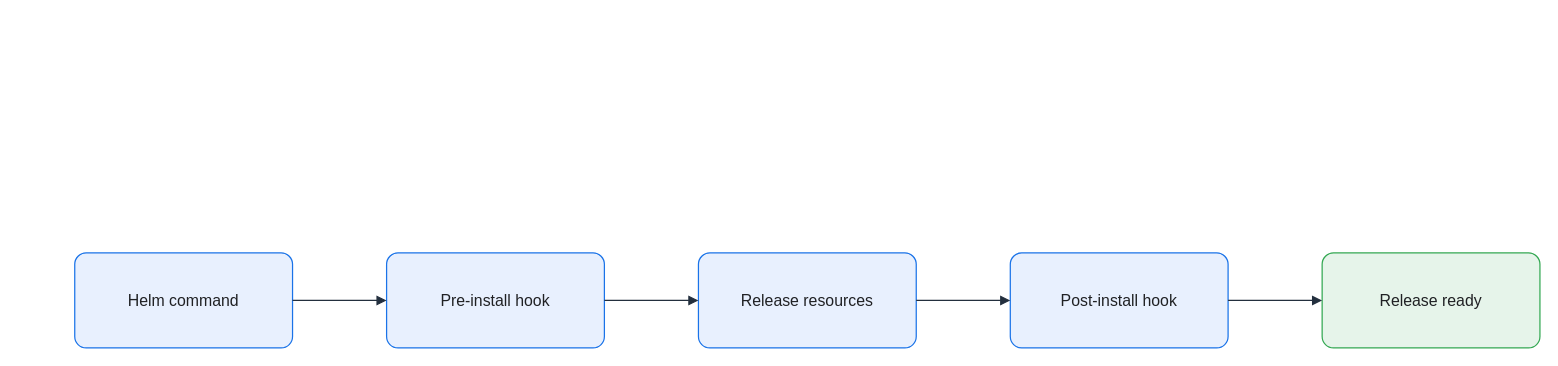
Before: assets/img/kubernetes/helm-hook-lifecycle.drawio in KKamJi98/kkamji98.github.io, a draw.io diagram. Source tidied: cells renumbered, new cells numbered last; positions are measured from the earlier drawing's top-left corner, leaving out a move shared by most shapes. Both pictures are drawn from the tidied source at 99%, with x=0, y=0 at pixel (74, 252).
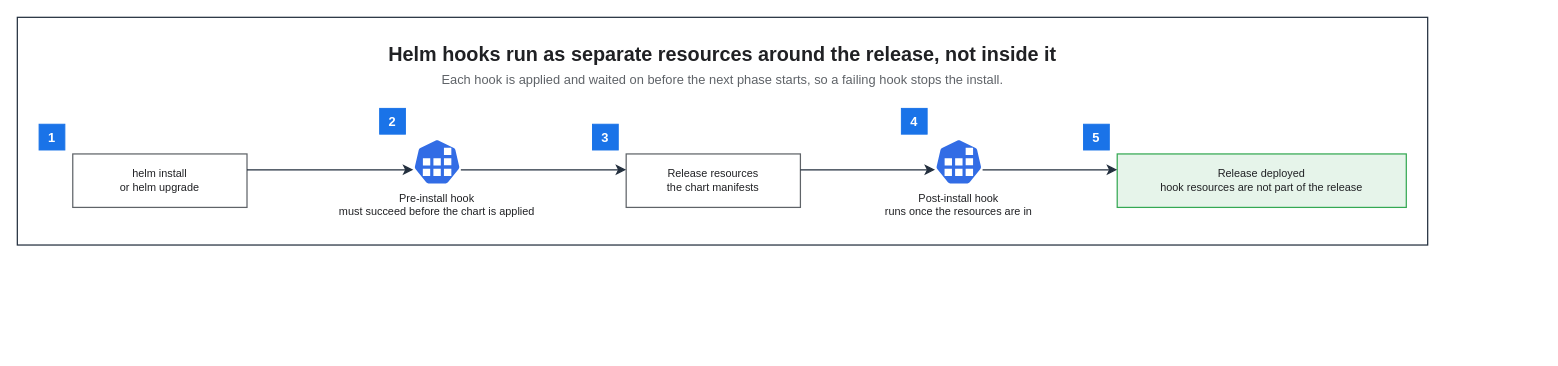
The same diagram, later.

The edit, as a diff of the source:
```diff
@@
 <mxGraphModel background="#FFFFFF">
   <root>
     <mxCell id="0" />
     <mxCell id="1" parent="0" />
-    <mxCell id="2" value="Helm command" style="rounded=1;arcSize=12;whiteSpace=wrap;html=0;fillColor=#E8F0FE;strokeColor=#1A73E8;strokeWidth=1.25;fontColor=#202124;fontSize=16;align=center;verticalAlign=middle;spacing=8;shadow=0;" parent="1" vertex="1">
-      <mxGeometry width="220" height="96" as="geometry" />
-    </mxCell>
-    <mxCell id="3" value="Pre-install hook" style="rounded=1;arcSize=12;whiteSpace=wrap;html=0;fillColor=#E8F0FE;strokeColor=#1A73E8;strokeWidth=1.25;fontColor=#202124;fontSize=16;align=center;verticalAlign=middle;spacing=8;shadow=0;" parent="1" vertex="1">
-      <mxGeometry x="315" width="220" height="96" as="geometry" />
-    </mxCell>
-    <mxCell id="4" value="Release resources" style="rounded=1;arcSize=12;whiteSpace=wrap;html=0;fillColor=#E8F0FE;strokeColor=#1A73E8;strokeWidth=1.25;fontColor=#202124;fontSize=16;align=center;verticalAlign=middle;spacing=8;shadow=0;" parent="1" vertex="1">
-      <mxGeometry x="630" width="220" height="96" as="geometry" />
-    </mxCell>
-    <mxCell id="5" value="Post-install hook" style="rounded=1;arcSize=12;whiteSpace=wrap;html=0;fillColor=#E8F0FE;strokeColor=#1A73E8;strokeWidth=1.25;fontColor=#202124;fontSize=16;align=center;verticalAlign=middle;spacing=8;shadow=0;" parent="1" vertex="1">
-      <mxGeometry x="945" width="220" height="96" as="geometry" />
-    </mxCell>
-    <mxCell id="6" value="Release ready" style="rounded=1;arcSize=12;whiteSpace=wrap;html=0;fillColor=#E6F4EA;strokeColor=#34A853;strokeWidth=1.25;fontColor=#202124;fontSize=16;align=center;verticalAlign=middle;spacing=8;shadow=0;" parent="1" vertex="1">
-      <mxGeometry x="1260" width="220" height="96" as="geometry" />
-    </mxCell>
-    <mxCell id="7" style="edgeStyle=orthogonalEdgeStyle;rounded=0;jettySize=auto;html=0;endArrow=block;endFill=1;strokeColor=#232F3E;strokeWidth=1.25;fontColor=#202124;labelBackgroundColor=none;exitX=1;exitY=0.5;exitDx=0;exitDy=0;entryX=0;entryY=0.5;entryDx=0;entryDy=0;endSize=7;" parent="1" edge="1" source="2" target="3">
-      <mxGeometry relative="1" as="geometry" />
-    </mxCell>
-    <mxCell id="8" style="edgeStyle=orthogonalEdgeStyle;rounded=0;jettySize=auto;html=0;endArrow=block;endFill=1;strokeColor=#232F3E;strokeWidth=1.25;fontColor=#202124;labelBackgroundColor=none;exitX=1;exitY=0.5;exitDx=0;exitDy=0;entryX=0;entryY=0.5;entryDx=0;entryDy=0;endSize=7;" parent="1" edge="1" source="3" target="4">
-      <mxGeometry relative="1" as="geometry" />
-    </mxCell>
-    <mxCell id="9" style="edgeStyle=orthogonalEdgeStyle;rounded=0;jettySize=auto;html=0;endArrow=block;endFill=1;strokeColor=#232F3E;strokeWidth=1.25;fontColor=#202124;labelBackgroundColor=none;exitX=1;exitY=0.5;exitDx=0;exitDy=0;entryX=0;entryY=0.5;entryDx=0;entryDy=0;endSize=7;" parent="1" edge="1" source="4" target="5">
-      <mxGeometry relative="1" as="geometry" />
-    </mxCell>
-    <mxCell id="10" style="edgeStyle=orthogonalEdgeStyle;rounded=0;jettySize=auto;html=0;endArrow=block;endFill=1;strokeColor=#232F3E;strokeWidth=1.25;fontColor=#202124;labelBackgroundColor=none;exitX=1;exitY=0.5;exitDx=0;exitDy=0;entryX=0;entryY=0.5;entryDx=0;entryDy=0;endSize=7;" parent="1" edge="1" source="5" target="6">
-      <mxGeometry relative="1" as="geometry" />
-    </mxCell>
+    <mxCell id="11" style="rounded=0;html=0;fillColor=none;strokeColor=#232F3E;fontColor=#202124;strokeWidth=1.25;" parent="1" vertex="1">
+      <mxGeometry x="-58" y="-238" width="1424.6" height="230" as="geometry" />
+    </mxCell>
+    <mxCell id="12" value="Helm hooks run as separate resources around the release, not inside it" style="text;html=0;whiteSpace=wrap;fillColor=none;strokeColor=none;fontColor=#202124;fontSize=20;fontStyle=1;align=center;verticalAlign=middle;" parent="1" vertex="1">
+      <mxGeometry x="-36" y="-216" width="1380.6" height="30" as="geometry" />
+    </mxCell>
+    <mxCell id="13" value="Each hook is applied and waited on before the next phase starts, so a failing hook stops the install." style="text;html=0;whiteSpace=wrap;fillColor=none;strokeColor=none;fontColor=#5F6368;fontSize=13;fontStyle=0;align=center;verticalAlign=middle;" parent="1" vertex="1">
+      <mxGeometry x="-36" y="-186" width="1380.6" height="22" as="geometry" />
+    </mxCell>
+    <mxCell id="14" value="helm install&#10;or helm upgrade" style="rounded=0;whiteSpace=wrap;html=0;fillColor=#FFFFFF;strokeColor=#5F6368;fontColor=#202124;fontSize=11;fontStyle=0;align=center;verticalAlign=middle;spacingLeft=6;spacingRight=6;strokeWidth=1.25;" parent="1" vertex="1">
+      <mxGeometry x="-2" y="-100" width="176" height="54" as="geometry" />
+    </mxCell>
+    <mxCell id="15" value="Pre-install hook&#10;must succeed before the chart is applied" style="sketch=0;outlineConnect=0;gradientColor=none;html=0;whiteSpace=nowrap;fontSize=11;fontStyle=0;fontColor=#202124;verticalLabelPosition=bottom;verticalAlign=top;align=center;labelBackgroundColor=none;fillColor=#326CE5;strokeColor=none;dashed=0;shape=mxgraph.kubernetes.icon;prIcon=job;" parent="1" vertex="1">
+      <mxGeometry x="342" y="-116" width="48" height="48" as="geometry" />
+    </mxCell>
+    <mxCell id="16" value="Release resources&#10;the chart manifests" style="rounded=0;whiteSpace=wrap;html=0;fillColor=#FFFFFF;strokeColor=#5F6368;fontColor=#202124;fontSize=11;fontStyle=0;align=center;verticalAlign=middle;spacingLeft=6;spacingRight=6;strokeWidth=1.25;" parent="1" vertex="1">
+      <mxGeometry x="557" y="-100" width="176" height="54" as="geometry" />
+    </mxCell>
+    <mxCell id="17" value="Post-install hook&#10;runs once the resources are in" style="sketch=0;outlineConnect=0;gradientColor=none;html=0;whiteSpace=nowrap;fontSize=11;fontStyle=0;fontColor=#202124;verticalLabelPosition=bottom;verticalAlign=top;align=center;labelBackgroundColor=none;fillColor=#326CE5;strokeColor=none;dashed=0;shape=mxgraph.kubernetes.icon;prIcon=job;" parent="1" vertex="1">
+      <mxGeometry x="869" y="-116" width="48" height="48" as="geometry" />
+    </mxCell>
+    <mxCell id="18" value="Release deployed&#10;hook resources are not part of the release" style="rounded=0;whiteSpace=wrap;html=0;fillColor=#E6F4EA;strokeColor=#34A853;fontColor=#202124;fontSize=11;fontStyle=0;align=center;verticalAlign=middle;spacingLeft=6;spacingRight=6;strokeWidth=1.25;" parent="1" vertex="1">
+      <mxGeometry x="1053" y="-100" width="292" height="54" as="geometry" />
+    </mxCell>
+    <mxCell id="19" value="1" style="rounded=0;whiteSpace=wrap;html=0;fillColor=#1A73E8;strokeColor=#1A73E8;fontColor=#FFFFFF;fontSize=13;fontStyle=1;align=center;verticalAlign=middle;" parent="1" vertex="1">
+      <mxGeometry x="-36" y="-130" width="26" height="26" as="geometry" />
+    </mxCell>
+    <mxCell id="20" value="2" style="rounded=0;whiteSpace=wrap;html=0;fillColor=#1A73E8;strokeColor=#1A73E8;fontColor=#FFFFFF;fontSize=13;fontStyle=1;align=center;verticalAlign=middle;" parent="1" vertex="1">
+      <mxGeometry x="308" y="-146" width="26" height="26" as="geometry" />
+    </mxCell>
+    <mxCell id="21" value="3" style="rounded=0;whiteSpace=wrap;html=0;fillColor=#1A73E8;strokeColor=#1A73E8;fontColor=#FFFFFF;fontSize=13;fontStyle=1;align=center;verticalAlign=middle;" parent="1" vertex="1">
+      <mxGeometry x="523" y="-130" width="26" height="26" as="geometry" />
+    </mxCell>
+    <mxCell id="22" value="4" style="rounded=0;whiteSpace=wrap;html=0;fillColor=#1A73E8;strokeColor=#1A73E8;fontColor=#FFFFFF;fontSize=13;fontStyle=1;align=center;verticalAlign=middle;" parent="1" vertex="1">
+      <mxGeometry x="835" y="-146" width="26" height="26" as="geometry" />
+    </mxCell>
+    <mxCell id="23" value="5" style="rounded=0;whiteSpace=wrap;html=0;fillColor=#1A73E8;strokeColor=#1A73E8;fontColor=#FFFFFF;fontSize=13;fontStyle=1;align=center;verticalAlign=middle;" parent="1" vertex="1">
+      <mxGeometry x="1019" y="-130" width="26" height="26" as="geometry" />
+    </mxCell>
+    <mxCell id="24" style="edgeStyle=orthogonalEdgeStyle;rounded=0;html=0;strokeColor=#232F3E;strokeWidth=1.25;endArrow=classic;endFill=1;endSize=7;fontSize=11;fontColor=#202124;labelBackgroundColor=none;jettySize=14;exitX=1;exitY=0.2963;entryX=0;entryY=0.6667;exitDx=0;exitDy=0;entryDx=0;entryDy=0;" parent="1" edge="1" source="14" target="15">
+      <mxGeometry relative="1" as="geometry" />
+    </mxCell>
+    <mxCell id="25" style="edgeStyle=orthogonalEdgeStyle;rounded=0;html=0;strokeColor=#232F3E;strokeWidth=1.25;endArrow=classic;endFill=1;endSize=7;fontSize=11;fontColor=#202124;labelBackgroundColor=none;jettySize=14;exitX=1;exitY=0.6667;entryX=0;entryY=0.2963;exitDx=0;exitDy=0;entryDx=0;entryDy=0;" parent="1" edge="1" source="15" target="16">
+      <mxGeometry relative="1" as="geometry" />
+    </mxCell>
+    <mxCell id="26" style="edgeStyle=orthogonalEdgeStyle;rounded=0;html=0;strokeColor=#232F3E;strokeWidth=1.25;endArrow=classic;endFill=1;endSize=7;fontSize=11;fontColor=#202124;labelBackgroundColor=none;jettySize=14;exitX=1;exitY=0.2963;entryX=0;entryY=0.6667;exitDx=0;exitDy=0;entryDx=0;entryDy=0;" parent="1" edge="1" source="16" target="17">
+      <mxGeometry relative="1" as="geometry" />
+    </mxCell>
+    <mxCell id="27" style="edgeStyle=orthogonalEdgeStyle;rounded=0;html=0;strokeColor=#232F3E;strokeWidth=1.25;endArrow=classic;endFill=1;endSize=7;fontSize=11;fontColor=#202124;labelBackgroundColor=none;jettySize=14;exitX=1;exitY=0.6667;entryX=0;entryY=0.2963;exitDx=0;exitDy=0;entryDx=0;entryDy=0;" parent="1" edge="1" source="17" target="18">
+      <mxGeometry relative="1" as="geometry" />
+    </mxCell>
   </root>
 </mxGraphModel>
```
